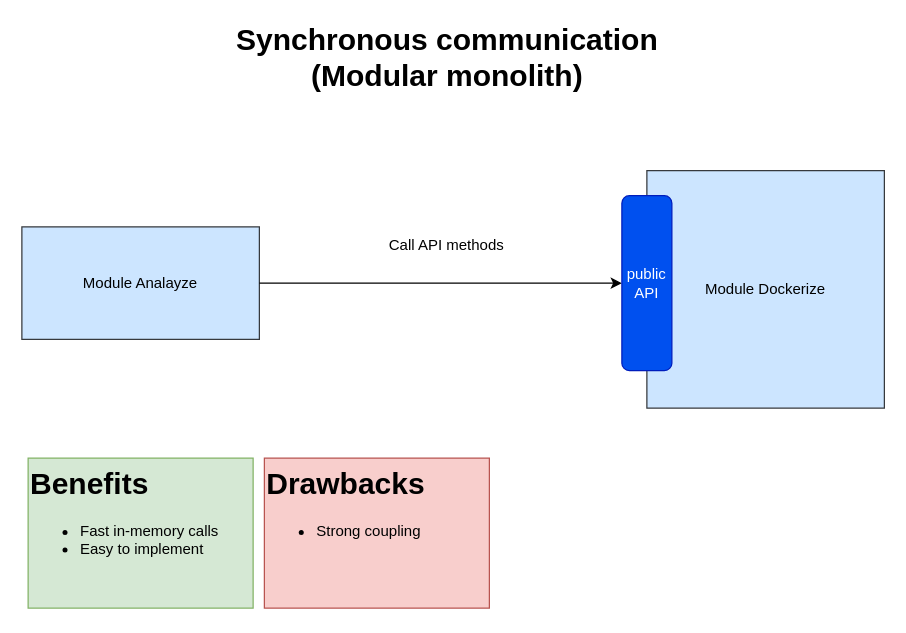
The draw.io diagram page "synchronous-communication-between-modules" (1 of 5) of diagrams/core-unit.drawio in toni123321/vm-to-container-migrator, before the edit. Source tidied: cells renumbered, new cells numbered last; positions are measured from the earlier drawing's top-left corner, leaving out a move shared by most shapes. Both pictures are drawn from the tidied source at 125%, with x=0, y=0 at pixel (21, 32).
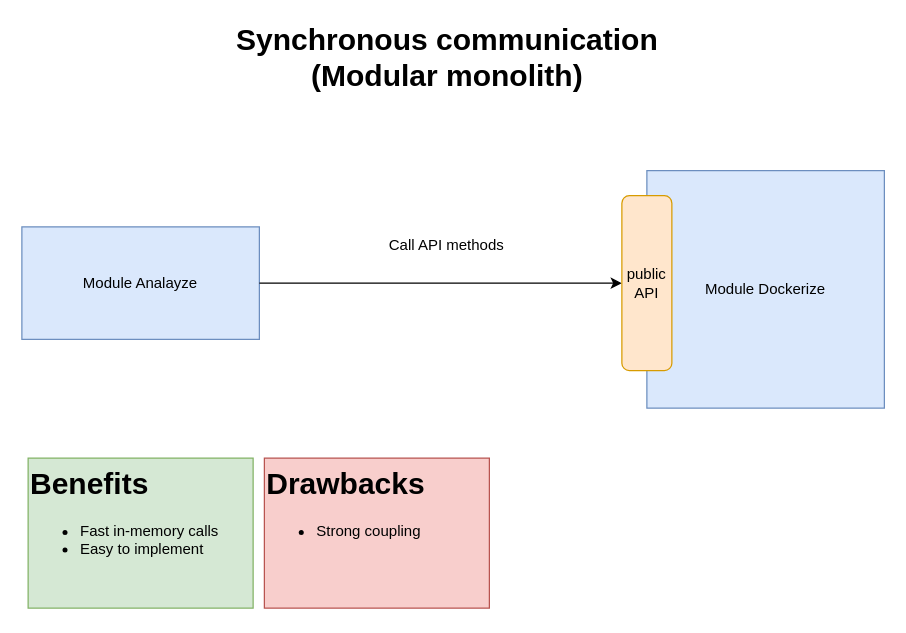
After the change.

What changed in the source:
```diff
@@
 <mxGraphModel>
   <root>
     <mxCell id="0" />
     <mxCell id="1" parent="0" />
-    <mxCell id="2" value="Module Analayze" style="rounded=0;whiteSpace=wrap;html=1;fillColor=#cce5ff;strokeColor=#36393d;" parent="1" vertex="1">
+    <mxCell id="2" value="Module Analayze" style="rounded=0;whiteSpace=wrap;html=1;fillColor=#dae8fc;strokeColor=#6c8ebf;" parent="1" vertex="1">
       <mxGeometry y="155" width="190" height="90" as="geometry" />
     </mxCell>
-    <mxCell id="3" value="Module Dockerize" style="rounded=0;whiteSpace=wrap;html=1;fillColor=#cce5ff;strokeColor=#36393d;" parent="1" vertex="1">
+    <mxCell id="3" value="Module Dockerize" style="rounded=0;whiteSpace=wrap;html=1;fillColor=#dae8fc;strokeColor=#6c8ebf;" parent="1" vertex="1">
       <mxGeometry x="500" y="110" width="190" height="190" as="geometry" />
     </mxCell>
     <mxCell id="4" style="endArrow=classic;html=1;rounded=0;exitX=1;exitY=0.5;exitDx=0;exitDy=0;entryX=0;entryY=0.5;entryDx=0;entryDy=0;" parent="1" edge="1" source="2" target="5">
       <mxGeometry relative="1" as="geometry" />
     </mxCell>
-    <mxCell id="5" value="public API" style="rounded=1;whiteSpace=wrap;html=1;fillColor=#0050ef;strokeColor=#001DBC;fontColor=#ffffff;" parent="1" vertex="1">
+    <mxCell id="5" value="public API" style="rounded=1;whiteSpace=wrap;html=1;fillColor=#ffe6cc;strokeColor=#d79b00;" parent="1" vertex="1">
       <mxGeometry x="480" y="130" width="40" height="140" as="geometry" />
     </mxCell>
     <mxCell id="6" value="Call API methods" style="text;html=1;align=center;verticalAlign=middle;whiteSpace=wrap;rounded=0;" parent="1" vertex="1">
       <mxGeometry x="290" y="155" width="100" height="30" as="geometry" />
     </mxCell>
     <mxCell id="7" value="&lt;h1 style=&quot;margin-top: 0px;&quot;&gt;Benefits&lt;/h1&gt;&lt;p&gt;&lt;/p&gt;&lt;ul&gt;&lt;li&gt;Fast in-memory calls&lt;/li&gt;&lt;li&gt;Easy to implement&lt;/li&gt;&lt;/ul&gt;&lt;p&gt;&lt;/p&gt;" style="text;html=1;whiteSpace=wrap;overflow=hidden;rounded=0;fillColor=#d5e8d4;strokeColor=#82b366;" parent="1" vertex="1">
       <mxGeometry x="5" y="340" width="180" height="120" as="geometry" />
     </mxCell>
     <mxCell id="8" value="&lt;h1 style=&quot;margin-top: 0px;&quot;&gt;Drawbacks&lt;/h1&gt;&lt;p&gt;&lt;/p&gt;&lt;ul&gt;&lt;li&gt;Strong coupling&lt;/li&gt;&lt;/ul&gt;&lt;p&gt;&lt;/p&gt;" style="text;html=1;whiteSpace=wrap;overflow=hidden;rounded=0;fillColor=#f8cecc;strokeColor=#b85450;" parent="1" vertex="1">
       <mxGeometry x="194" y="340" width="180" height="120" as="geometry" />
     </mxCell>
     <mxCell id="9" value="Synchronous communication&lt;div&gt;(Modular monolith)&lt;/div&gt;" style="text;strokeColor=none;fillColor=none;html=1;fontSize=24;fontStyle=1;verticalAlign=middle;align=center;" parent="1" vertex="1">
       <mxGeometry x="290" width="100" height="40" as="geometry" />
     </mxCell>
   </root>
 </mxGraphModel>
```
